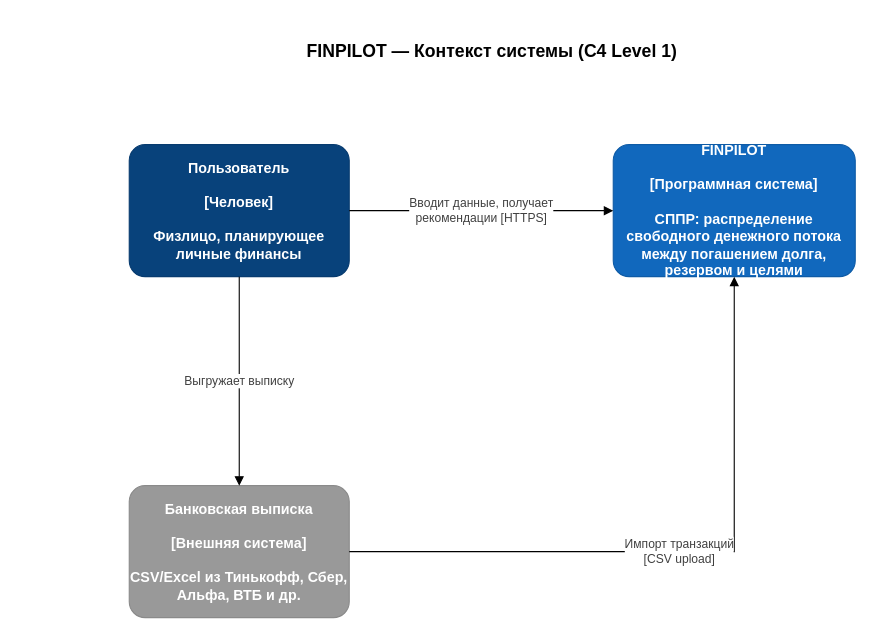
Above: page "C4 L1 — System Context" (4 of 29) of docs/diagrams/all_diagrams.drawio in vevdokimovm/personal-finance-dss (draw.io), before the change. Source tidied: cells renumbered, new cells numbered last; positions are measured from the earlier drawing's top-left corner, leaving out a move shared by most shapes. Both pictures are drawn from the tidied source at 110%, with x=0, y=0 at pixel (129, 34).
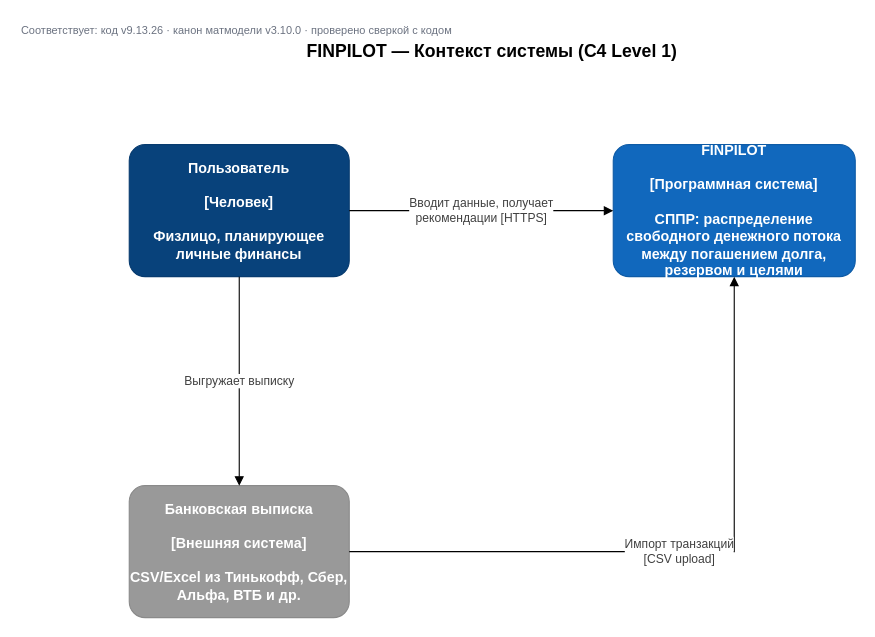
The same page after the edit.

The edit, as a diff of the source:
```diff
@@
 <mxGraphModel>
   <root>
     <mxCell id="0" />
     <mxCell id="1" parent="0" />
+    <mxCell id="9" value="Соответствует: код v9.13.26 · канон матмодели v3.10.0 · проверено сверкой с кодом" style="text;html=1;strokeColor=none;fillColor=none;align=left;verticalAlign=middle;fontSize=10;fontColor=#6b7280;" parent="1" vertex="1">
+      <mxGeometry x="-100" y="-14" width="520" height="20" as="geometry" />
+    </mxCell>
     <mxCell id="2" value="FINPILOT — Контекст системы (C4 Level 1)" style="text;html=1;strokeColor=none;fillColor=none;align=center;verticalAlign=middle;whiteSpace=wrap;rounded=0;fontSize=16;fontStyle=1;" parent="1" vertex="1">
       <mxGeometry x="130" width="400" height="30" as="geometry" />
     </mxCell>
     <mxCell id="3" value="Пользователь&#10;&#10;[Человек]&#10;&#10;Физлицо, планирующее личные финансы" style="rounded=1;whiteSpace=wrap;html=1;fillColor=#08427B;strokeColor=#073B6F;fontColor=#ffffff;fontSize=13;fontStyle=1;align=center;verticalAlign=middle;arcSize=12;" parent="1" vertex="1">
       <mxGeometry y="100" width="200" height="120" as="geometry" />
     </mxCell>
     <mxCell id="4" value="FINPILOT&#10;&#10;[Программная система]&#10;&#10;СППР: распределение свободного денежного потока между погашением долга, резервом и целями" style="rounded=1;whiteSpace=wrap;html=1;fillColor=#1168BD;strokeColor=#0E5BA6;fontColor=#ffffff;fontSize=13;fontStyle=1;align=center;verticalAlign=middle;arcSize=12;" parent="1" vertex="1">
       <mxGeometry x="440" y="100" width="220" height="120" as="geometry" />
     </mxCell>
     <mxCell id="5" value="Банковская выписка&#10;&#10;[Внешняя система]&#10;&#10;CSV/Excel из Тинькофф, Сбер, Альфа, ВТБ и др." style="rounded=1;whiteSpace=wrap;html=1;fillColor=#999999;strokeColor=#8A8A8A;fontColor=#ffffff;fontSize=13;fontStyle=1;align=center;verticalAlign=middle;arcSize=12;" parent="1" vertex="1">
       <mxGeometry y="410" width="200" height="120" as="geometry" />
     </mxCell>
     <mxCell id="6" value="Вводит данные, получает&#10;рекомендации [HTTPS]" style="endArrow=block;html=1;fontSize=11;startArrow=none;rounded=0;edgeStyle=none;fontColor=#404040;labelBackgroundColor=#ffffff;" parent="1" edge="1" source="3" target="4">
       <mxGeometry relative="1" as="geometry" />
     </mxCell>
     <mxCell id="7" value="Выгружает выписку" style="endArrow=block;html=1;fontSize=11;startArrow=none;rounded=0;edgeStyle=none;fontColor=#404040;labelBackgroundColor=#ffffff;" parent="1" edge="1" source="3" target="5">
       <mxGeometry relative="1" as="geometry" />
     </mxCell>
     <mxCell id="8" value="Импорт транзакций&#10;[CSV upload]" style="endArrow=block;html=1;fontSize=11;startArrow=none;rounded=0;edgeStyle=none;fontColor=#404040;labelBackgroundColor=#ffffff;" parent="1" edge="1" source="5" target="4">
       <mxGeometry relative="1" as="geometry">
         <Array as="points">
           <mxPoint x="550" y="470" />
         </Array>
       </mxGeometry>
     </mxCell>
   </root>
 </mxGraphModel>
```
